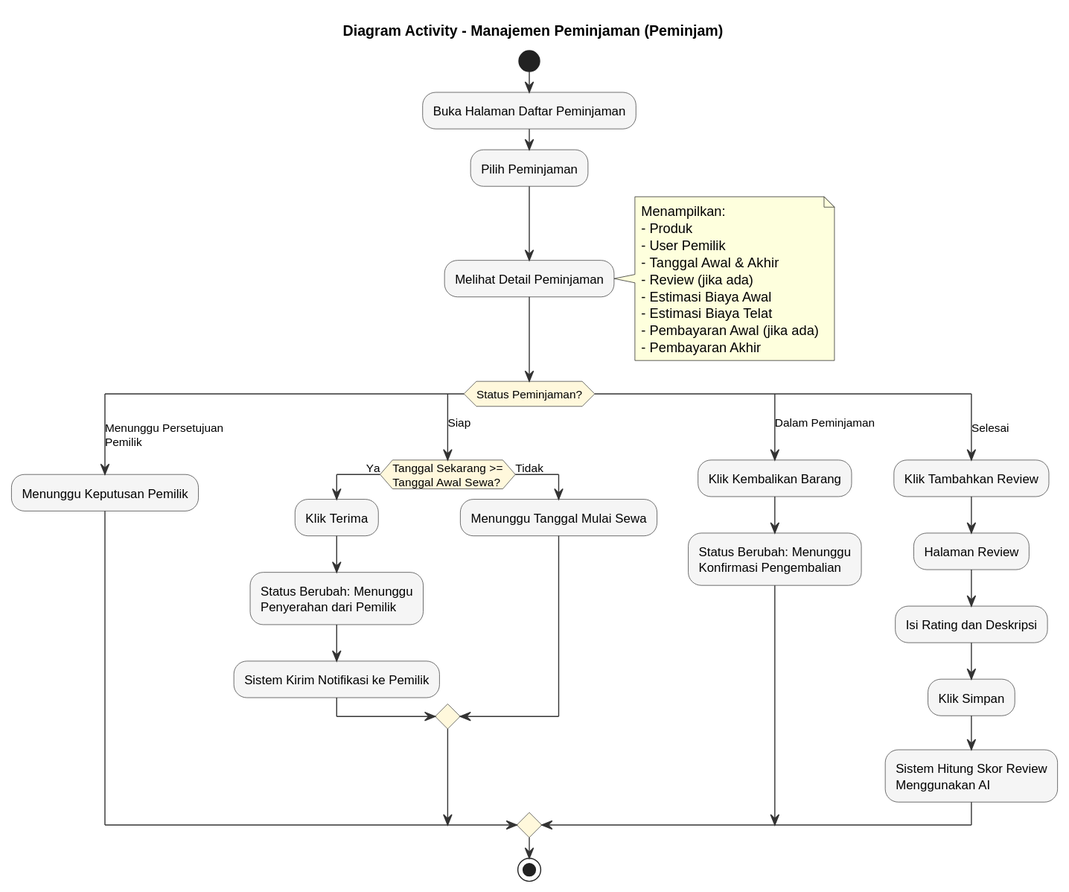
The PlantUML diagram laporan/diagram/output/rental_management_borrower.svg in levirs565/openrent, before a commit.
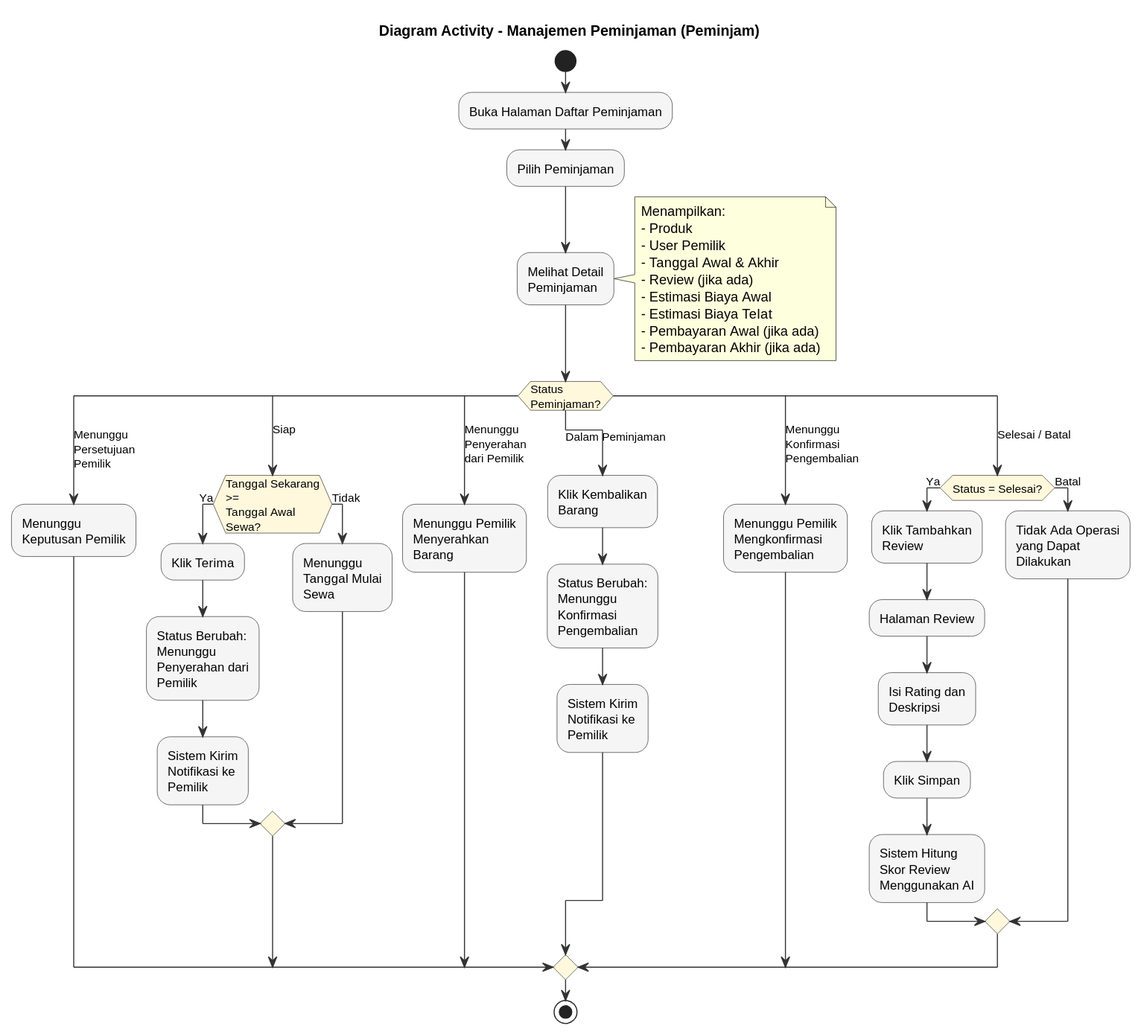
After the change.

Diff of the diagram source:
```diff
@@ -7,13 +7,22 @@
 skinparam ActivityDiamondBorderColor #333333
 skinparam ArrowColor #333333
 
+<style>
+element {
+  MaximumWidth 100
+}
+.notwrap {
+  MaximumWidth 500
+}
+</style>
+
 start
 
-:Buka Halaman Daftar Peminjaman;
+:Buka Halaman Daftar Peminjaman; <<notwrap>>
 :Pilih Peminjaman;
 
 :Melihat Detail Peminjaman;
-note right
+note right  <<notwrap>>
   Menampilkan:
   - Produk
   - User Pemilik
@@ -22,7 +31,7 @@
   - Estimasi Biaya Awal
   - Estimasi Biaya Telat
   - Pembayaran Awal (jika ada)
-  - Pembayaran Akhir
+  - Pembayaran Akhir (jika ada)
 end note
 
 switch (Status Peminjaman?)
@@ -40,18 +49,31 @@
     :Menunggu Tanggal Mulai Sewa;
   endif
 
+case (Menunggu Penyerahan\ndari Pemilik)
+
+  :Menunggu Pemilik\nMenyerahkan Barang;
+
 case (Dalam Peminjaman)
 
   :Klik Kembalikan Barang;
   :Status Berubah: Menunggu\nKonfirmasi Pengembalian;
+  :Sistem Kirim Notifikasi ke Pemilik;
 
-case (Selesai)
+case (Menunggu Konfirmasi\nPengembalian)
 
-  :Klik Tambahkan Review;
-  :Halaman Review;
-  :Isi Rating dan Deskripsi;
-  :Klik Simpan;
-  :Sistem Hitung Skor Review\nMenggunakan AI;
+  :Menunggu Pemilik\nMengkonfirmasi Pengembalian;
+
+case (Selesai / Batal)
+
+  if (Status = Selesai?) then (Ya)
+    :Klik Tambahkan Review;
+    :Halaman Review;
+    :Isi Rating dan Deskripsi;
+    :Klik Simpan;
+    :Sistem Hitung Skor Review\nMenggunakan AI;
+  else (Batal)
+    :Tidak Ada Operasi\nyang Dapat Dilakukan;
+  endif
 
 endswitch
 
```
